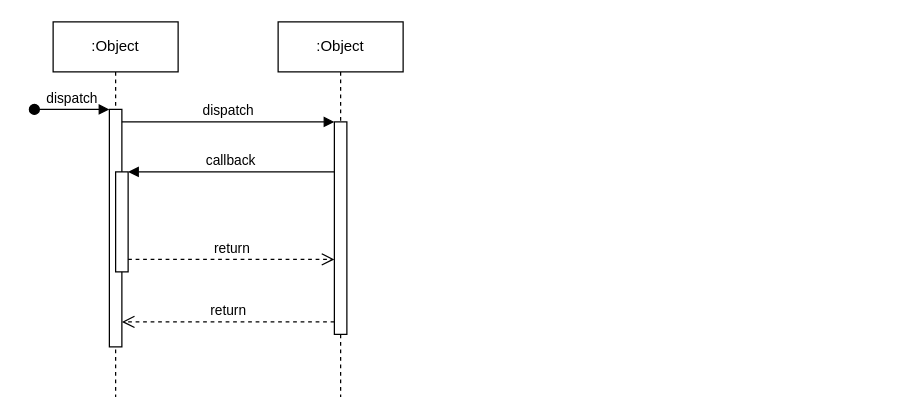
This is Untitled Diagram.drawio from piouskenny/mini-x, a draw.io file, before an edit. Source tidied: cells renumbered, new cells numbered last; positions are measured from the earlier drawing's top-left corner, leaving out a move shared by most shapes. Both pictures are drawn from the tidied source at 125%, with x=0, y=0 at pixel (34, 21).
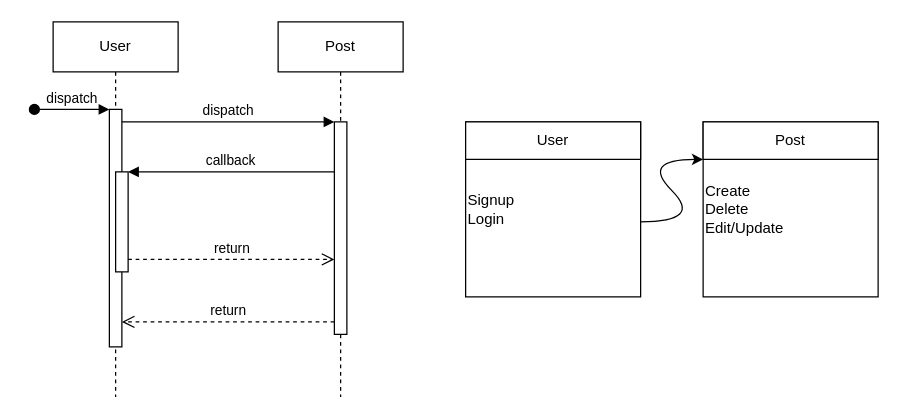
After the change.

Commit message:
Sequence diagram

Diff of the diagram source:
```diff
@@
-    <mxCell id="2" value=":Object" style="shape=umlLifeline;perimeter=lifelinePerimeter;whiteSpace=wrap;html=1;newEdgeStyle={&quot;edgeStyle&quot;:&quot;elbowEdgeStyle&quot;,&quot;elbow&quot;:&quot;vertical&quot;,&quot;curved&quot;:0,&quot;rounded&quot;:0};" parent="1" vertex="1">
+    <mxCell id="2" value="User" style="shape=umlLifeline;perimeter=lifelinePerimeter;whiteSpace=wrap;html=1;newEdgeStyle={&quot;edgeStyle&quot;:&quot;elbowEdgeStyle&quot;,&quot;elbow&quot;:&quot;vertical&quot;,&quot;curved&quot;:0,&quot;rounded&quot;:0};" parent="1" vertex="1">
       <mxGeometry x="15" width="100" height="300" as="geometry" />
     </mxCell>
@@
-    <mxCell id="6" value=":Object" style="shape=umlLifeline;perimeter=lifelinePerimeter;whiteSpace=wrap;html=1;newEdgeStyle={&quot;edgeStyle&quot;:&quot;elbowEdgeStyle&quot;,&quot;elbow&quot;:&quot;vertical&quot;,&quot;curved&quot;:0,&quot;rounded&quot;:0};" parent="1" vertex="1">
+    <mxCell id="6" value="Post" style="shape=umlLifeline;perimeter=lifelinePerimeter;whiteSpace=wrap;html=1;newEdgeStyle={&quot;edgeStyle&quot;:&quot;elbowEdgeStyle&quot;,&quot;elbow&quot;:&quot;vertical&quot;,&quot;curved&quot;:0,&quot;rounded&quot;:0};" parent="1" vertex="1">
       <mxGeometry x="195" width="100" height="300" as="geometry" />
     </mxCell>
@@
+    <mxCell id="12" value="Signup&lt;div&gt;&lt;span style=&quot;background-color: initial;&quot;&gt;Login&lt;/span&gt;&lt;/div&gt;" style="whiteSpace=wrap;html=1;align=left;" parent="1" vertex="1">
+      <mxGeometry x="345" y="80" width="140" height="140" as="geometry" />
+    </mxCell>
+    <mxCell id="13" value="User" style="rounded=0;whiteSpace=wrap;html=1;" parent="1" vertex="1">
+      <mxGeometry x="345" y="80" width="140" height="30" as="geometry" />
+    </mxCell>
+    <mxCell id="14" value="Create&lt;div&gt;Delete&lt;/div&gt;&lt;div style=&quot;&quot;&gt;Edit/Update&lt;/div&gt;" style="whiteSpace=wrap;html=1;align=left;" parent="1" vertex="1">
+      <mxGeometry x="535" y="80" width="140" height="140" as="geometry" />
+    </mxCell>
+    <mxCell id="15" value="Post" style="rounded=0;whiteSpace=wrap;html=1;" parent="1" vertex="1">
+      <mxGeometry x="535" y="80" width="140" height="30" as="geometry" />
+    </mxCell>
+    <mxCell id="16" style="curved=1;endArrow=classic;html=1;rounded=0;" parent="1" edge="1">
+      <mxGeometry relative="1" as="geometry">
+        <mxPoint x="485" y="160" as="sourcePoint" />
+        <mxPoint x="535" y="110" as="targetPoint" />
+        <Array as="points">
+          <mxPoint x="535" y="160" />
+          <mxPoint x="485" y="110" />
+        </Array>
+      </mxGeometry>
+    </mxCell>
```
